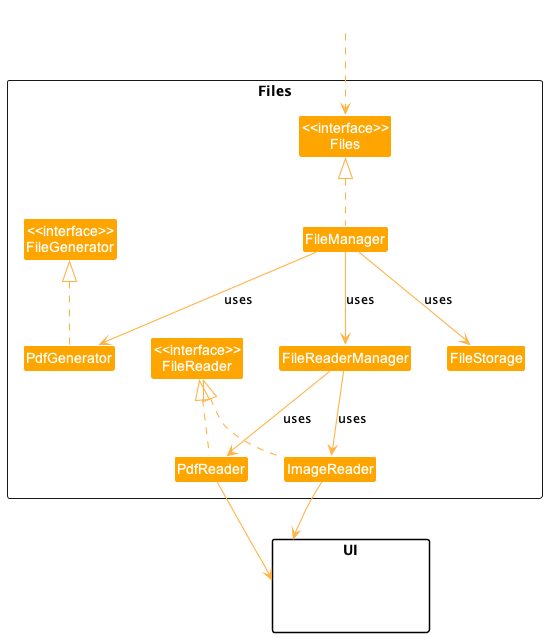
nus-cs2103-AY2223S2/tp keeps this PlantUML diagram as docs/images/FilesClassDiagram.png. Above is the earlier version.
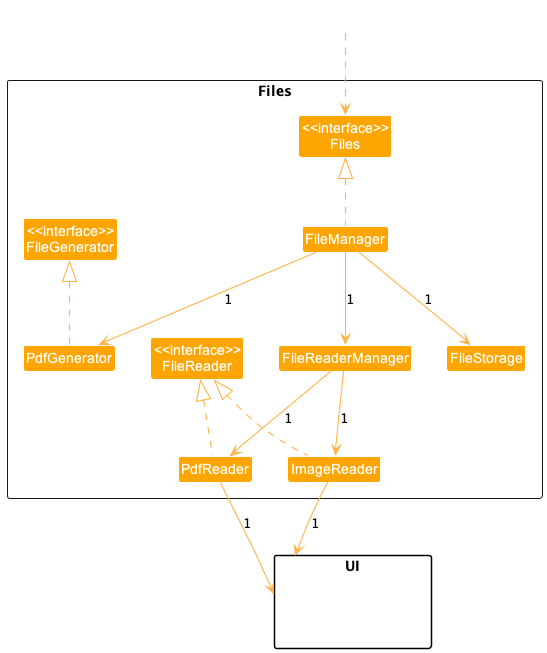
Later version of the same file.

Diff of the diagram source:
```diff
@@ -23,17 +23,17 @@
 ImageReader .up.|> FileReader
 FileManager .up.|> Files
 
-FileManager -down-> FileReaderManager : uses
-FileManager -down-> PdfGenerator : uses
-FileManager -down-> FileStorage : uses
-FileReaderManager -down-> PdfReader : uses
-FileReaderManager -down-> ImageReader : uses
+FileManager -down-> FileReaderManager : 1
+FileManager -down-> PdfGenerator : 1
+FileManager -down-> FileStorage : 1
+FileReaderManager -down-> PdfReader : 1
+FileReaderManager -down-> ImageReader : 1
 
 package UI {
 Class HiddenModel #FFFFFF
 }
 
-PdfReader --> UI
-ImageReader --> UI
+PdfReader --> UI : 1
+ImageReader --> UI : 1
 
 @enduml
```
